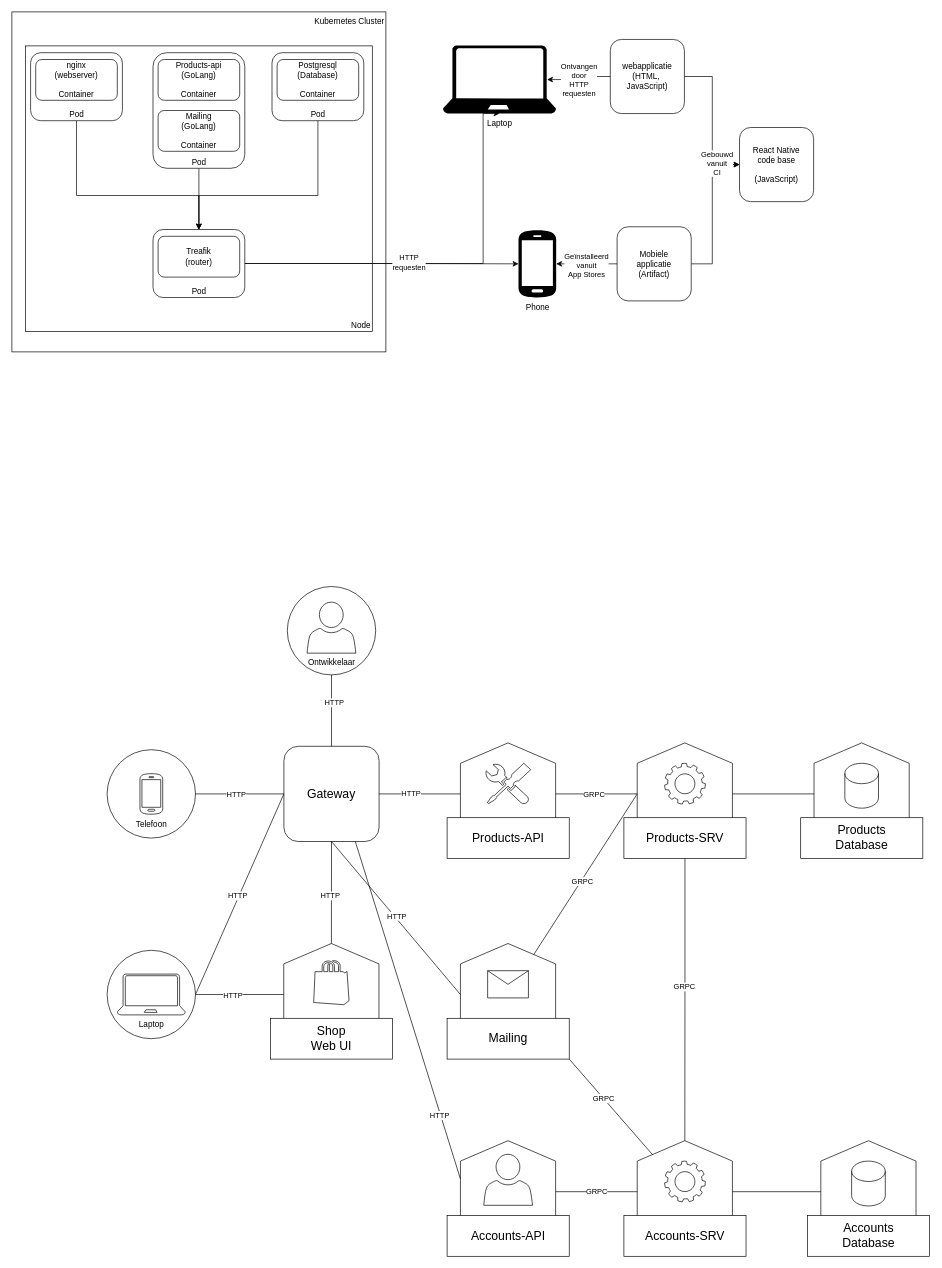
Before: page "Page-10" (10 of 11) of cli app.drawio in luukvankooten/draw.io, a draw.io diagram. Source tidied: cells renumbered, new cells numbered last; positions are measured from the earlier drawing's top-left corner, leaving out a move shared by most shapes. Both pictures are drawn from the tidied source at 68%, with x=0, y=0 at pixel (12, 12).
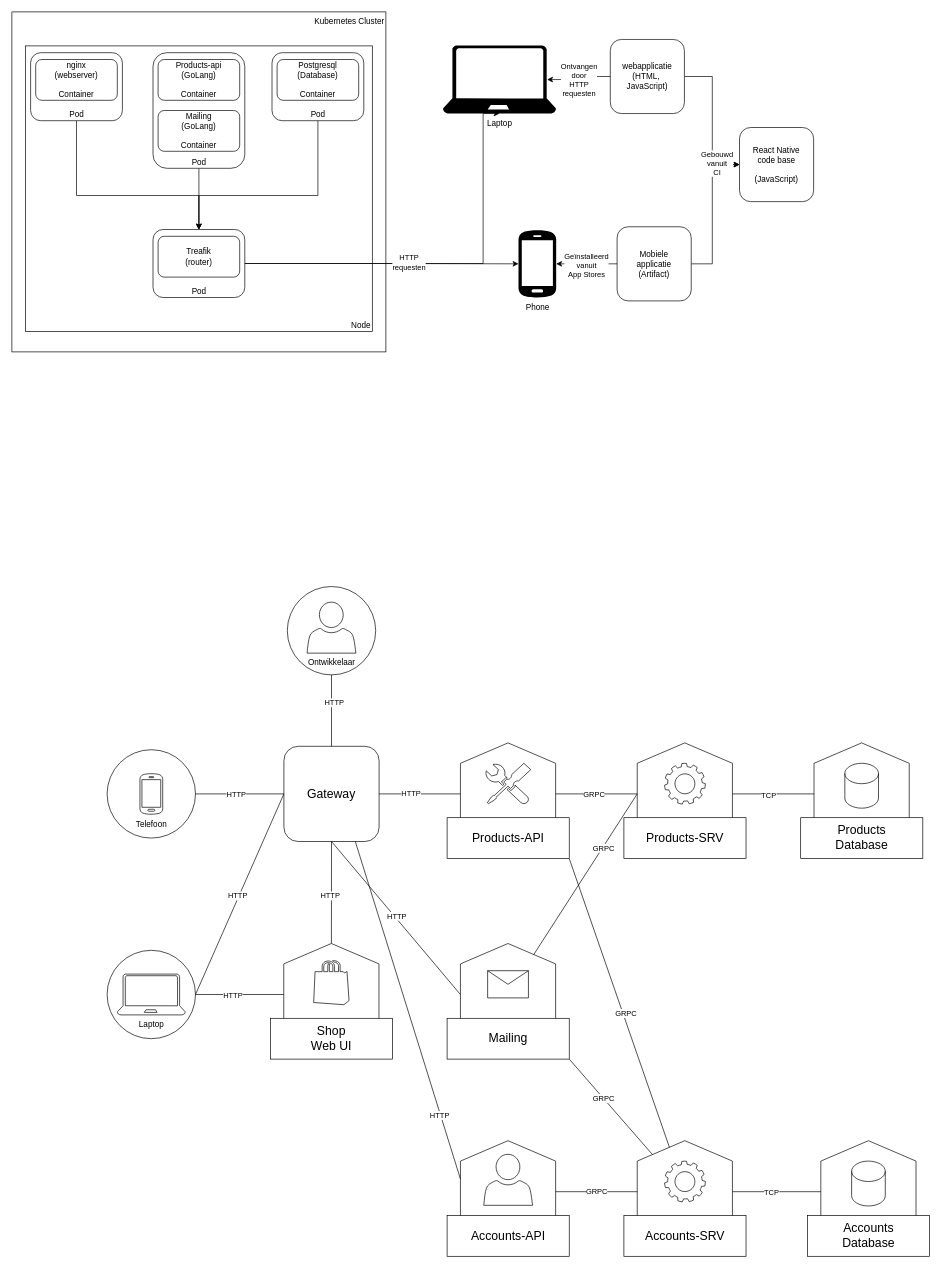
Above is the later version.

Unchanged cells that the change refers to:
```xml
<mxCell id="49" value="&lt;font style=&quot;font-size: 18px;&quot;&gt;Products-API&lt;/font&gt;" style="rounded=0;whiteSpace=wrap;html=1;fillColor=default;" parent="47" vertex="1">
  <mxGeometry y="110" width="179.6" height="60" as="geometry" />
</mxCell>
<mxCell id="76" value="&lt;font style=&quot;font-size: 18px;&quot;&gt;Products-SRV&lt;/font&gt;" style="rounded=0;whiteSpace=wrap;html=1;" parent="74" vertex="1">
  <mxGeometry y="110" width="179.6" height="60" as="geometry" />
</mxCell>
<mxCell id="80" style="rounded=0;jettySize=auto;html=1;entryX=0.5;entryY=1;entryDx=0;entryDy=0;endArrow=none;endFill=0;" parent="1" edge="1" source="64" target="75">
  <mxGeometry relative="1" as="geometry" />
</mxCell>
<mxCell id="82" style="rounded=0;jettySize=auto;html=1;endArrow=none;endFill=0;" parent="1" edge="1" source="75" target="52">
  <mxGeometry relative="1" as="geometry" />
</mxCell>
<mxCell id="88" style="shape=hexagon;perimeter=hexagonPerimeter2;whiteSpace=wrap;html=1;fixedSize=1;rotation=90;size=30;fillColor=none;" parent="87" vertex="1">
  <mxGeometry x="14.6" y="5" width="150" height="140" as="geometry" />
</mxCell>
<mxCell id="100" style="edgeStyle=orthogonalEdgeStyle;rounded=0;jettySize=auto;html=1;entryX=0.5;entryY=1;entryDx=0;entryDy=0;endArrow=none;endFill=0;" parent="1" edge="1" source="88" target="92">
  <mxGeometry relative="1" as="geometry" />
</mxCell>
```

Diff of the diagram source:
```diff
@@
     <mxCell id="81" value="GRPC" style="edgeLabel;html=1;align=center;verticalAlign=middle;" parent="80" vertex="1">
       <mxGeometry x="-0.07" y="-5" relative="1" as="geometry">
-        <mxPoint x="-4" as="offset" />
+        <mxPoint x="27" y="-49" as="offset" />
       </mxGeometry>
     </mxCell>
@@
+    <mxCell id="101" value="TCP" style="edgeLabel;html=1;align=center;verticalAlign=middle;" parent="82" vertex="1">
+      <mxGeometry x="-0.1" y="-1" relative="1" as="geometry">
+        <mxPoint x="-1" as="offset" />
+      </mxGeometry>
+    </mxCell>
@@
-    <mxCell id="95" style="edgeStyle=orthogonalEdgeStyle;rounded=0;jettySize=auto;html=1;entryX=0;entryY=0.5;entryDx=0;entryDy=0;endArrow=none;endFill=0;" parent="1" edge="1" source="76" target="88">
-      <mxGeometry relative="1" as="geometry" />
-    </mxCell>
-    <mxCell id="96" value="GRPC" style="edgeLabel;html=1;align=center;verticalAlign=middle;" parent="95" vertex="1">
-      <mxGeometry x="-0.09" y="-1" relative="1" as="geometry">
-        <mxPoint y="-1" as="offset" />
-      </mxGeometry>
-    </mxCell>
@@
+    <mxCell id="102" value="TCP" style="edgeLabel;html=1;align=center;verticalAlign=middle;" parent="100" vertex="1">
+      <mxGeometry x="-0.11" y="-1" relative="1" as="geometry">
+        <mxPoint x="-1" as="offset" />
+      </mxGeometry>
+    </mxCell>
+    <mxCell id="103" style="rounded=0;jettySize=auto;html=1;entryX=1;entryY=1;entryDx=0;entryDy=0;endArrow=none;endFill=0;" parent="1" edge="1" source="88" target="49">
+      <mxGeometry relative="1" as="geometry" />
+    </mxCell>
+    <mxCell id="96" value="GRPC" style="edgeLabel;html=1;align=center;verticalAlign=middle;" parent="103" vertex="1">
+      <mxGeometry x="-0.08" y="-4" relative="1" as="geometry" />
+    </mxCell>
```
